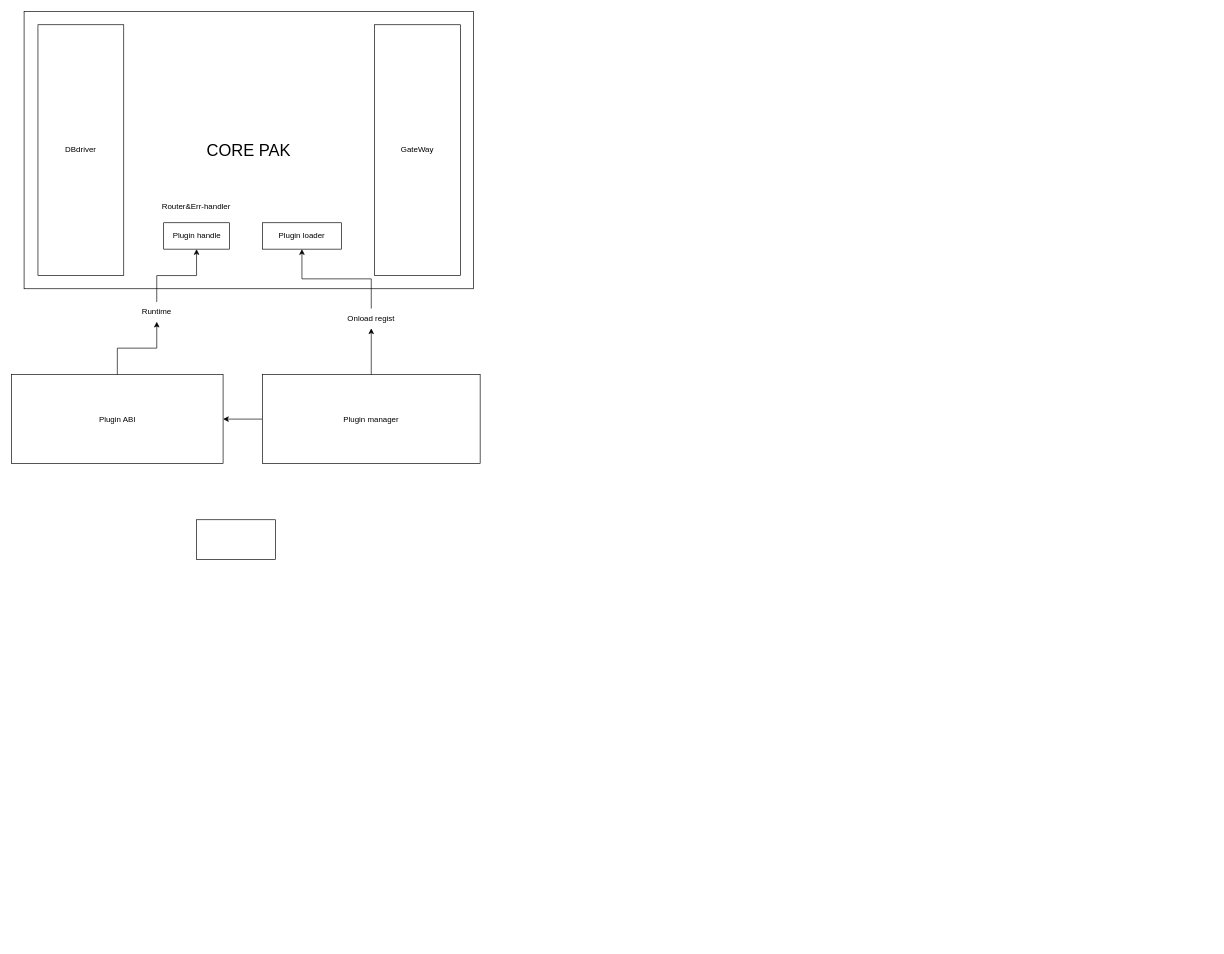
Earlier version of the draw.io diagram 未命名绘图.drawio (yhw2003/draw_store). Source tidied: cells renumbered, new cells numbered last; positions are measured from the earlier drawing's top-left corner, leaving out a move shared by most shapes. Both pictures are drawn from the tidied source at 66%, with x=0, y=0 at pixel (11, 11).
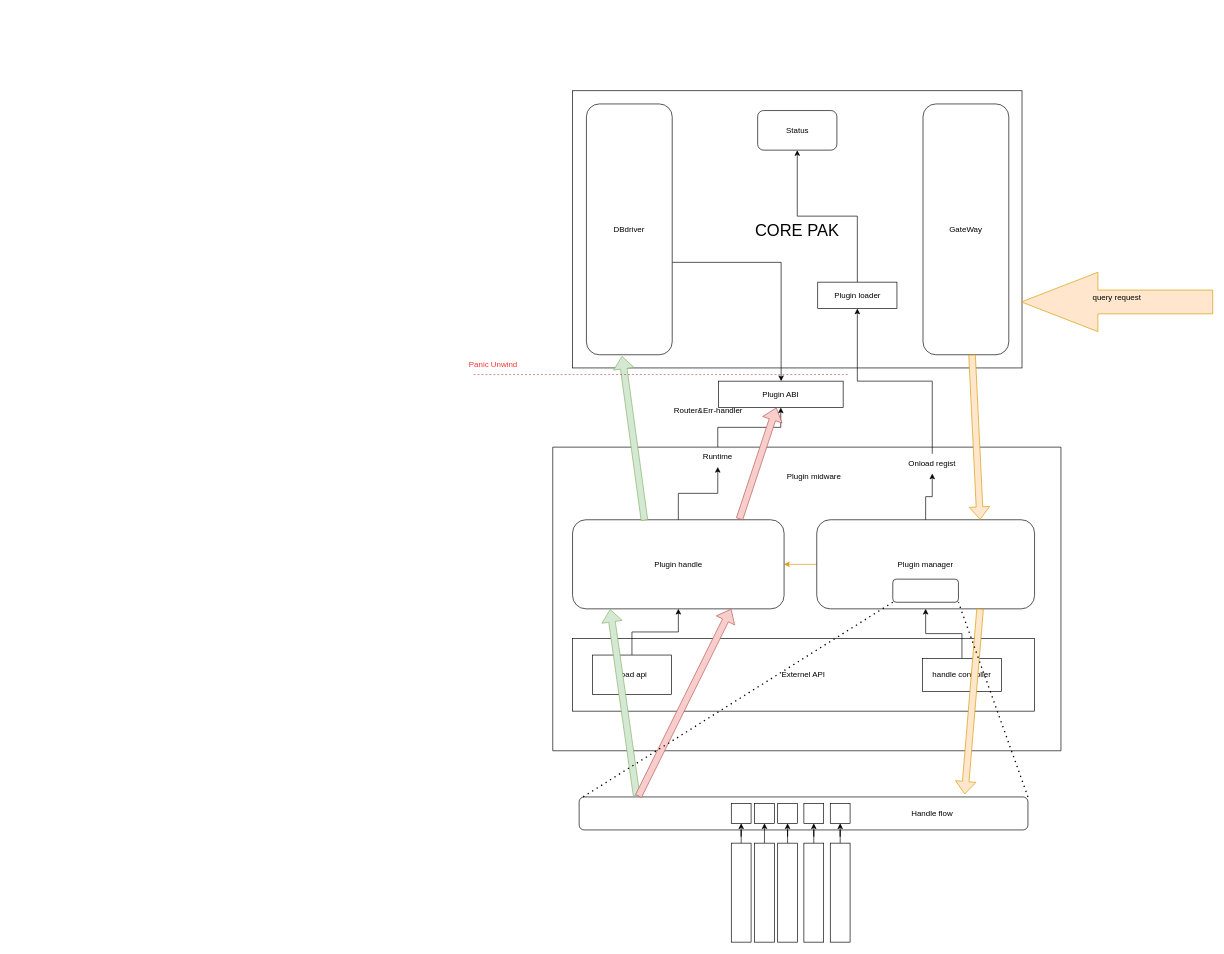
The same diagram, later.

Commit message (it also covers changes not shown here):
更新未命名绘图.drawio

Diff of the diagram source:
```diff
@@
+    <mxCell id="18" style="rounded=1;whiteSpace=wrap;html=1;" parent="1" vertex="1">
+      <mxGeometry x="860" y="1190" width="680" height="50" as="geometry" />
+    </mxCell>
+    <mxCell id="19" style="swimlane;startSize=0;" parent="1" vertex="1">
+      <mxGeometry x="820" y="660" width="770" height="460" as="geometry" />
+    </mxCell>
     <mxCell id="2" value="&lt;div&gt;&lt;font style=&quot;font-size: 25px;&quot;&gt;CORE PAK&lt;/font&gt;&lt;/div&gt;" style="rounded=0;whiteSpace=wrap;html=1;" parent="1" vertex="1">
-      <mxGeometry x="19" width="681" height="420" as="geometry" />
+      <mxGeometry x="850" y="120" width="681" height="420" as="geometry" />
     </mxCell>
-    <mxCell id="3" value="&lt;div&gt;GateWay&lt;/div&gt;" style="rounded=0;whiteSpace=wrap;html=1;" parent="1" vertex="1">
-      <mxGeometry x="550" y="20" width="130" height="380" as="geometry" />
+    <mxCell id="3" value="&lt;div&gt;GateWay&lt;/div&gt;" style="rounded=1;whiteSpace=wrap;html=1;" parent="1" vertex="1">
+      <mxGeometry x="1381" y="140" width="130" height="380" as="geometry" />
     </mxCell>
+    <mxCell id="20" style="edgeStyle=orthogonalEdgeStyle;rounded=0;jettySize=auto;html=1;" parent="1" edge="1" source="4" target="11">
+      <mxGeometry relative="1" as="geometry">
+        <Array as="points">
+          <mxPoint x="1166" y="380" />
+        </Array>
+      </mxGeometry>
+    </mxCell>
-    <mxCell id="4" value="&lt;div&gt;DBdriver&lt;/div&gt;" style="rounded=0;whiteSpace=wrap;html=1;" parent="1" vertex="1">
-      <mxGeometry x="40" y="20" width="130" height="380" as="geometry" />
+    <mxCell id="4" value="&lt;div&gt;DBdriver&lt;/div&gt;" style="rounded=1;whiteSpace=wrap;html=1;" parent="1" vertex="1">
+      <mxGeometry x="871" y="140" width="130" height="380" as="geometry" />
     </mxCell>
+    <mxCell id="21" style="edgeStyle=orthogonalEdgeStyle;rounded=0;jettySize=auto;html=1;" parent="1" edge="1" source="5" target="50">
+      <mxGeometry relative="1" as="geometry" />
+    </mxCell>
     <mxCell id="5" value="&lt;div&gt;Plugin loader&lt;/div&gt;" style="rounded=0;whiteSpace=wrap;html=1;" parent="1" vertex="1">
-      <mxGeometry x="380" y="320" width="120" height="40" as="geometry" />
+      <mxGeometry x="1221.5" y="410" width="120" height="40" as="geometry" />
     </mxCell>
-    <mxCell id="6" style="edgeStyle=orthogonalEdgeStyle;rounded=0;jettySize=auto;html=1;" parent="1" edge="1" source="8" target="10">
+    <mxCell id="6" style="edgeStyle=orthogonalEdgeStyle;rounded=0;jettySize=auto;html=1;fillColor=#ffe6cc;strokeColor=#d79b00;" parent="1" edge="1" source="8" target="10">
       <mxGeometry relative="1" as="geometry" />
     </mxCell>
@@
-    <mxCell id="8" value="Plugin manager" style="rounded=0;whiteSpace=wrap;html=1;" parent="1" vertex="1">
-      <mxGeometry x="380" y="550" width="330" height="135" as="geometry" />
+    <mxCell id="8" value="Plugin manager" style="rounded=1;whiteSpace=wrap;html=1;" parent="1" vertex="1">
+      <mxGeometry x="1220" y="770" width="330" height="135" as="geometry" />
     </mxCell>
@@
-    <mxCell id="10" value="Plugin ABI" style="rounded=0;whiteSpace=wrap;html=1;" parent="1" vertex="1">
-      <mxGeometry y="550" width="320.5" height="135" as="geometry" />
+    <mxCell id="10" value="Plugin handle" style="rounded=1;whiteSpace=wrap;html=1;" parent="1" vertex="1">
+      <mxGeometry x="850" y="770" width="320.5" height="135" as="geometry" />
     </mxCell>
-    <mxCell id="11" value="Plugin handle" style="rounded=0;whiteSpace=wrap;html=1;" parent="1" vertex="1">
-      <mxGeometry x="230.5" y="320" width="99.5" height="40" as="geometry" />
+    <mxCell id="11" value="Plugin ABI" style="rounded=0;whiteSpace=wrap;html=1;glass=0;" parent="1" vertex="1">
+      <mxGeometry x="1071" y="560" width="189" height="40" as="geometry" />
     </mxCell>
@@
     <mxCell id="13" value="Runtime" style="text;html=1;strokeColor=none;fillColor=none;align=center;verticalAlign=middle;whiteSpace=wrap;rounded=0;" parent="1" vertex="1">
-      <mxGeometry x="190" y="440" width="60" height="30" as="geometry" />
+      <mxGeometry x="1040" y="660" width="60" height="30" as="geometry" />
     </mxCell>
@@
     <mxCell id="15" value="&lt;div&gt;Onload regist&lt;/div&gt;" style="text;html=1;strokeColor=none;fillColor=none;align=center;verticalAlign=middle;whiteSpace=wrap;rounded=0;" parent="1" vertex="1">
-      <mxGeometry x="480" y="450" width="130" height="30" as="geometry" />
+      <mxGeometry x="1330" y="670" width="130" height="30" as="geometry" />
     </mxCell>
     <mxCell id="16" value="&lt;div&gt;Router&amp;amp;Err-handler&lt;/div&gt;" style="text;html=1;strokeColor=none;fillColor=none;align=center;verticalAlign=middle;whiteSpace=wrap;rounded=0;" parent="1" vertex="1">
-      <mxGeometry x="215.2" y="280" width="130" height="30" as="geometry" />
+      <mxGeometry x="990.5" y="590" width="130" height="30" as="geometry" />
     </mxCell>
-    <mxCell id="17" style="rounded=0;whiteSpace=wrap;html=1;" parent="1" vertex="1">
-      <mxGeometry x="280" y="770" width="120" height="60" as="geometry" />
+    <mxCell id="17" value="Externel API" style="rounded=0;whiteSpace=wrap;html=1;" parent="1" vertex="1">
+      <mxGeometry x="850" y="950" width="700" height="110" as="geometry" />
     </mxCell>
+    <mxCell id="22" style="edgeStyle=orthogonalEdgeStyle;rounded=0;jettySize=auto;html=1;exitX=0.5;exitY=0;exitDx=0;exitDy=0;" parent="1" edge="1" source="23" target="10">
+      <mxGeometry relative="1" as="geometry" />
+    </mxCell>
+    <mxCell id="23" value="Load api" style="rounded=0;whiteSpace=wrap;html=1;" parent="1" vertex="1">
+      <mxGeometry x="880" y="975" width="120" height="60" as="geometry" />
+    </mxCell>
+    <mxCell id="24" style="edgeStyle=orthogonalEdgeStyle;rounded=0;jettySize=auto;html=1;entryX=0.5;entryY=1;entryDx=0;entryDy=0;" parent="1" edge="1" source="25" target="8">
+      <mxGeometry relative="1" as="geometry" />
+    </mxCell>
+    <mxCell id="25" value="handle controller" style="rounded=0;whiteSpace=wrap;html=1;" parent="1" vertex="1">
+      <mxGeometry x="1380" y="980" width="120" height="50" as="geometry" />
+    </mxCell>
+    <mxCell id="26" value="Plugin midware" style="text;html=1;strokeColor=none;fillColor=none;align=center;verticalAlign=middle;whiteSpace=wrap;rounded=0;" parent="1" vertex="1">
+      <mxGeometry x="1110.5" y="680" width="209.5" height="50" as="geometry" />
+    </mxCell>
+    <mxCell id="27" style="edgeStyle=orthogonalEdgeStyle;rounded=0;jettySize=auto;html=1;" parent="1" edge="1" source="28" target="37">
+      <mxGeometry relative="1" as="geometry" />
+    </mxCell>
+    <mxCell id="28" style="rounded=0;whiteSpace=wrap;html=1;" parent="1" vertex="1">
+      <mxGeometry x="1240.5" y="1260" width="30" height="150" as="geometry" />
+    </mxCell>
+    <mxCell id="29" style="edgeStyle=orthogonalEdgeStyle;rounded=0;jettySize=auto;html=1;" parent="1" edge="1" source="30" target="38">
+      <mxGeometry relative="1" as="geometry" />
+    </mxCell>
+    <mxCell id="30" style="rounded=0;whiteSpace=wrap;html=1;" parent="1" vertex="1">
+      <mxGeometry x="1200.5" y="1260" width="30" height="150" as="geometry" />
+    </mxCell>
+    <mxCell id="31" style="edgeStyle=orthogonalEdgeStyle;rounded=0;jettySize=auto;html=1;" parent="1" edge="1" source="32" target="39">
+      <mxGeometry relative="1" as="geometry" />
+    </mxCell>
+    <mxCell id="32" style="rounded=0;whiteSpace=wrap;html=1;" parent="1" vertex="1">
+      <mxGeometry x="1160.8" y="1260" width="30" height="150" as="geometry" />
+    </mxCell>
+    <mxCell id="33" style="edgeStyle=orthogonalEdgeStyle;rounded=0;jettySize=auto;html=1;exitX=0.5;exitY=0;exitDx=0;exitDy=0;entryX=0.5;entryY=1;entryDx=0;entryDy=0;" parent="1" edge="1" source="34" target="40">
+      <mxGeometry relative="1" as="geometry" />
+    </mxCell>
+    <mxCell id="34" style="rounded=0;whiteSpace=wrap;html=1;" parent="1" vertex="1">
+      <mxGeometry x="1125.8" y="1260" width="30" height="150" as="geometry" />
+    </mxCell>
+    <mxCell id="35" style="edgeStyle=orthogonalEdgeStyle;rounded=0;jettySize=auto;html=1;exitX=0.5;exitY=0;exitDx=0;exitDy=0;" parent="1" edge="1" source="36" target="41">
+      <mxGeometry relative="1" as="geometry" />
+    </mxCell>
+    <mxCell id="36" style="rounded=0;whiteSpace=wrap;html=1;" parent="1" vertex="1">
+      <mxGeometry x="1090.5" y="1260" width="30" height="150" as="geometry" />
+    </mxCell>
+    <mxCell id="37" style="rounded=0;whiteSpace=wrap;html=1;" parent="1" vertex="1">
+      <mxGeometry x="1240.5" y="1200" width="30" height="30" as="geometry" />
+    </mxCell>
+    <mxCell id="38" style="rounded=0;whiteSpace=wrap;html=1;" parent="1" vertex="1">
+      <mxGeometry x="1200.5" y="1200" width="30" height="30" as="geometry" />
+    </mxCell>
+    <mxCell id="39" style="rounded=0;whiteSpace=wrap;html=1;" parent="1" vertex="1">
+      <mxGeometry x="1160.8" y="1200" width="30" height="30" as="geometry" />
+    </mxCell>
+    <mxCell id="40" style="rounded=0;whiteSpace=wrap;html=1;" parent="1" vertex="1">
+      <mxGeometry x="1125.8" y="1200" width="30" height="30" as="geometry" />
+    </mxCell>
+    <mxCell id="41" style="rounded=0;whiteSpace=wrap;html=1;" parent="1" vertex="1">
+      <mxGeometry x="1090.5" y="1200" width="30" height="30" as="geometry" />
+    </mxCell>
+    <mxCell id="42" value="&lt;div&gt;query request&lt;/div&gt;&lt;div&gt;&lt;br&gt;&lt;/div&gt;" style="shape=singleArrow;whiteSpace=wrap;html=1;arrowWidth=0.4;arrowSize=0.4;rotation=0;fillColor=#ffe6cc;strokeColor=#d79b00;direction=west;" parent="1" vertex="1">
+      <mxGeometry x="1530" y="395" width="290" height="90" as="geometry" />
+    </mxCell>
+    <mxCell id="43" style="shape=flexArrow;endArrow=classic;html=1;rounded=0;fillColor=#ffe6cc;strokeColor=#d79b00;entryX=0.75;entryY=0;entryDx=0;entryDy=0;" parent="1" edge="1" source="3" target="8">
+      <mxGeometry relative="1" as="geometry" />
+    </mxCell>
+    <mxCell id="44" value="Handle flow" style="text;html=1;strokeColor=none;fillColor=none;align=center;verticalAlign=middle;whiteSpace=wrap;rounded=0;" parent="1" vertex="1">
+      <mxGeometry x="1280" y="1200" width="230" height="30" as="geometry" />
+    </mxCell>
+    <mxCell id="45" style="shape=flexArrow;endArrow=classic;html=1;rounded=0;entryX=0.859;entryY=-0.08;entryDx=0;entryDy=0;entryPerimeter=0;exitX=0.75;exitY=1;exitDx=0;exitDy=0;fillColor=#ffe6cc;strokeColor=#d79b00;" parent="1" edge="1" source="8" target="18">
+      <mxGeometry relative="1" as="geometry" />
+    </mxCell>
+    <mxCell id="46" style="shape=flexArrow;endArrow=classic;html=1;rounded=0;entryX=0.178;entryY=1.003;entryDx=0;entryDy=0;entryPerimeter=0;exitX=0.128;exitY=-0.04;exitDx=0;exitDy=0;exitPerimeter=0;fillColor=#d5e8d4;strokeColor=#82b366;" parent="1" edge="1" source="18" target="10">
+      <mxGeometry relative="1" as="geometry" />
+    </mxCell>
+    <mxCell id="47" style="shape=flexArrow;endArrow=classic;html=1;rounded=0;entryX=0.415;entryY=1.005;entryDx=0;entryDy=0;entryPerimeter=0;exitX=0.34;exitY=0.007;exitDx=0;exitDy=0;exitPerimeter=0;fillColor=#d5e8d4;strokeColor=#82b366;" parent="1" edge="1" source="10" target="4">
+      <mxGeometry relative="1" as="geometry" />
+    </mxCell>
+    <mxCell id="48" style="shape=flexArrow;endArrow=classic;html=1;rounded=0;fillColor=#f8cecc;strokeColor=#b85450;exitX=0.132;exitY=-0.02;exitDx=0;exitDy=0;exitPerimeter=0;entryX=0.75;entryY=1;entryDx=0;entryDy=0;" parent="1" edge="1" source="18" target="10">
+      <mxGeometry relative="1" as="geometry" />
+    </mxCell>
+    <mxCell id="49" style="shape=flexArrow;endArrow=classic;html=1;rounded=0;exitX=0.789;exitY=-0.007;exitDx=0;exitDy=0;exitPerimeter=0;fillColor=#f8cecc;strokeColor=#b85450;" parent="1" edge="1" source="10" target="11">
+      <mxGeometry relative="1" as="geometry" />
+    </mxCell>
+    <mxCell id="50" value="Status" style="rounded=1;whiteSpace=wrap;html=1;" parent="1" vertex="1">
+      <mxGeometry x="1130.5" y="150" width="120" height="60" as="geometry" />
+    </mxCell>
+    <mxCell id="51" style="rounded=1;whiteSpace=wrap;html=1;" parent="1" vertex="1">
+      <mxGeometry x="1335.2" y="860" width="99.5" height="35" as="geometry" />
+    </mxCell>
+    <mxCell id="52" style="endArrow=none;dashed=1;html=1;dashPattern=1 3;strokeWidth=2;rounded=0;entryX=0;entryY=1;entryDx=0;entryDy=0;exitX=0.009;exitY=-0.004;exitDx=0;exitDy=0;exitPerimeter=0;" parent="1" edge="1" source="18" target="51">
+      <mxGeometry relative="1" as="geometry" />
+    </mxCell>
+    <mxCell id="53" style="endArrow=none;dashed=1;html=1;dashPattern=1 3;strokeWidth=2;rounded=0;entryX=1;entryY=1;entryDx=0;entryDy=0;exitX=1;exitY=0;exitDx=0;exitDy=0;" parent="1" edge="1" source="18" target="51">
+      <mxGeometry relative="1" as="geometry" />
+    </mxCell>
+    <mxCell id="54" style="endArrow=none;dashed=1;html=1;rounded=0;fillColor=#f8cecc;strokeColor=#b85450;" parent="1" edge="1">
+      <mxGeometry relative="1" as="geometry">
+        <mxPoint x="700" y="550" as="sourcePoint" />
+        <mxPoint x="1270" y="550" as="targetPoint" />
+      </mxGeometry>
+    </mxCell>
+    <mxCell id="55" value="Panic Unwind" style="text;html=1;align=center;verticalAlign=middle;whiteSpace=wrap;rounded=0;fontColor=#FF3333;" parent="1" vertex="1">
+      <mxGeometry x="680" y="520" width="100" height="30" as="geometry" />
+    </mxCell>
```
